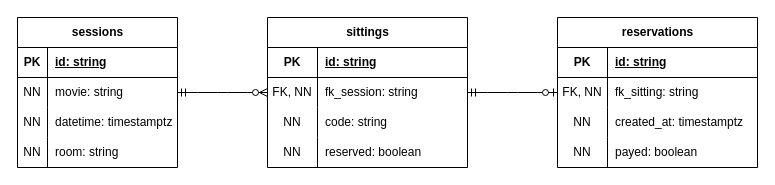
guilhermepk/cinema-backend keeps this draw.io diagram as docs/DER.drawio. Above is the earlier version. Source tidied: cells renumbered, new cells numbered last; positions are measured from the earlier drawing's top-left corner, leaving out a move shared by most shapes. Both pictures are drawn from the tidied source at 100%, with x=0, y=0 at pixel (17, 17).
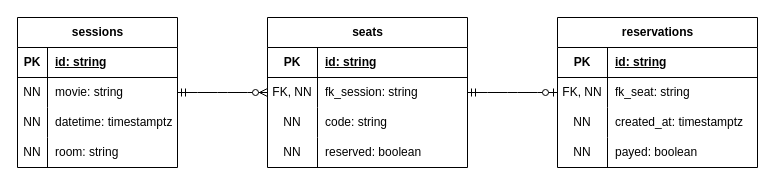
Above is the later version.

The change refers to these unchanged cells:
```xml
<mxCell id="33" style="shape=tableRow;horizontal=0;startSize=0;swimlaneHead=0;swimlaneBody=0;fillColor=none;top=0;left=0;right=0;bottom=0;" parent="29" vertex="1">
  <mxGeometry y="60" width="200" height="30" as="geometry" />
</mxCell>
```

Change to the diagram source:
```diff
@@
-    <mxCell id="15" value="sittings" style="shape=table;startSize=30;childLayout=tableLayout;rowLines=0;fontStyle=1;align=center;html=1;" parent="1" vertex="1">
+    <mxCell id="15" value="seats" style="shape=table;startSize=30;childLayout=tableLayout;rowLines=0;fontStyle=1;align=center;html=1;" parent="1" vertex="1">
       <mxGeometry x="250" width="200" height="150" as="geometry" />
     </mxCell>
@@
-    <mxCell id="35" value="fk_sitting: string" style="shape=partialRectangle;fillColor=none;top=0;left=0;bottom=0;right=0;align=left;spacingLeft=6;overflow=hidden;whiteSpace=wrap;html=1;" parent="33" vertex="1">
+    <mxCell id="35" value="fk_seat: string" style="shape=partialRectangle;fillColor=none;top=0;left=0;bottom=0;right=0;align=left;spacingLeft=6;overflow=hidden;whiteSpace=wrap;html=1;" parent="33" vertex="1">
       <mxGeometry x="50" width="150" height="30" as="geometry" />
     </mxCell>
```
